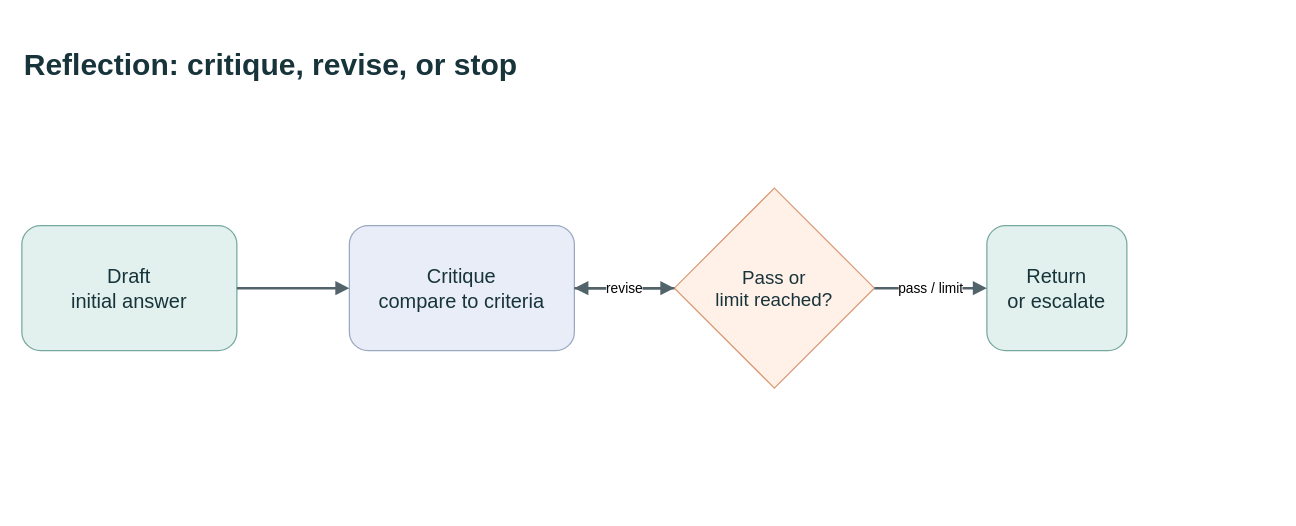
The draw.io diagram docs/images/reflection-visual-summary.drawio in evoiz/Agentic-Design-Patterns, before the edit. Source tidied: cells renumbered, new cells numbered last; positions are measured from the earlier drawing's top-left corner, leaving out a move shared by most shapes. Both pictures are drawn from the tidied source at 125%, with x=0, y=0 at pixel (21, 21).
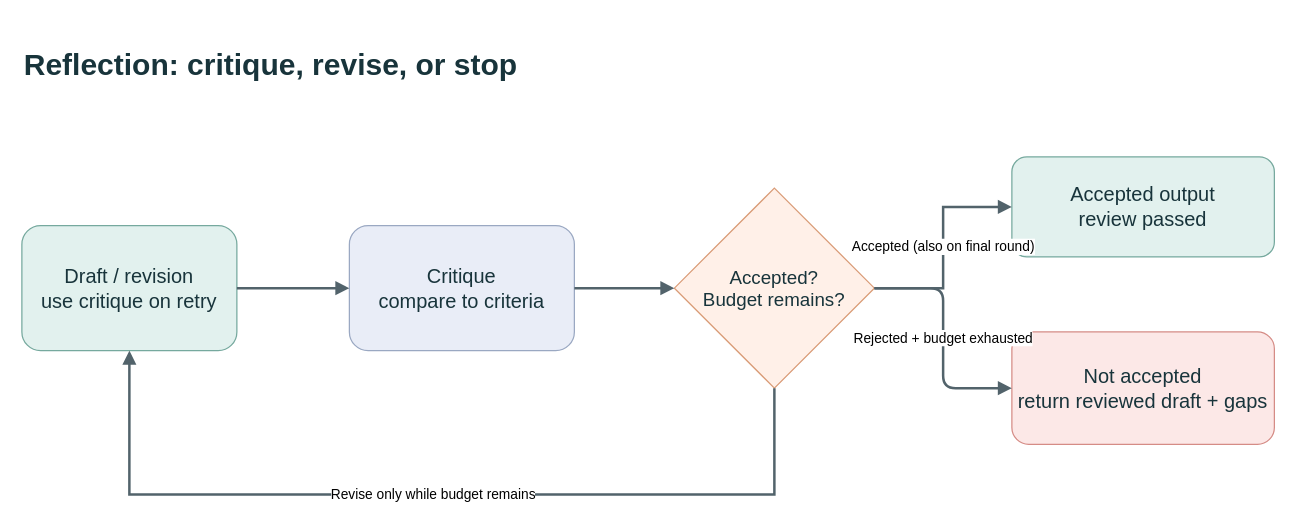
Above is the later version.

What changed in the source:
```diff
@@
 <mxGraphModel>
   <root>
     <mxCell id="0" />
     <mxCell id="1" parent="0" />
     <mxCell id="2" value="Reflection: critique, revise, or stop" style="text;html=1;align=left;verticalAlign=middle;whiteSpace=wrap;rounded=0;fontSize=24;fontStyle=1;fontColor=#18343B;" parent="1" vertex="1">
       <mxGeometry width="800" height="70" as="geometry" />
     </mxCell>
-    <mxCell id="3" value="Draft&#10;initial answer" style="rounded=1;whiteSpace=wrap;html=1;fillColor=#E2F1EE;strokeColor=#76A99E;fontColor=#18343B;fontSize=16;" parent="1" vertex="1">
+    <mxCell id="3" value="Draft / revision&#10;use critique on retry" style="rounded=1;whiteSpace=wrap;html=1;fillColor=#E2F1EE;strokeColor=#76A99E;fontColor=#18343B;fontSize=16;" parent="1" vertex="1">
       <mxGeometry y="163" width="172" height="100" as="geometry" />
     </mxCell>
     <mxCell id="4" value="Critique&#10;compare to criteria" style="rounded=1;whiteSpace=wrap;html=1;fillColor=#E9EDF7;strokeColor=#9AA8C2;fontColor=#18343B;fontSize=16;" parent="1" vertex="1">
       <mxGeometry x="262" y="163" width="180" height="100" as="geometry" />
     </mxCell>
-    <mxCell id="5" value="Pass or&#10;limit reached?" style="rhombus;whiteSpace=wrap;html=1;fillColor=#FFF0E8;strokeColor=#D99B76;fontColor=#18343B;fontSize=15;" parent="1" vertex="1">
+    <mxCell id="5" value="Accepted?&#10;Budget remains?" style="rhombus;whiteSpace=wrap;html=1;fillColor=#FFF0E8;strokeColor=#D99B76;fontColor=#18343B;fontSize=15;" parent="1" vertex="1">
       <mxGeometry x="522" y="133" width="160" height="160" as="geometry" />
     </mxCell>
-    <mxCell id="6" value="Return&#10;or escalate" style="rounded=1;whiteSpace=wrap;html=1;fillColor=#E2F1EE;strokeColor=#76A99E;fontColor=#18343B;fontSize=16;" parent="1" vertex="1">
-      <mxGeometry x="772" y="163" width="112" height="100" as="geometry" />
+    <mxCell id="6" value="Accepted output&#10;review passed" style="rounded=1;whiteSpace=wrap;html=1;fillColor=#E2F1EE;strokeColor=#76A99E;fontColor=#18343B;fontSize=16;" parent="1" vertex="1">
+      <mxGeometry x="792" y="108" width="210" height="80" as="geometry" />
     </mxCell>
+    <mxCell id="11" value="Not accepted&#10;return reviewed draft + gaps" style="rounded=1;whiteSpace=wrap;html=1;fillColor=#FCE8E7;strokeColor=#D58C86;fontColor=#18343B;fontSize=16;" parent="1" vertex="1">
+      <mxGeometry x="792" y="248" width="210" height="90" as="geometry" />
+    </mxCell>
     <mxCell id="7" style="edgeStyle=orthogonalEdgeStyle;rounded=0;html=1;endArrow=block;endFill=1;strokeColor=#52636B;strokeWidth=2;" parent="1" edge="1" source="3" target="4">
       <mxGeometry relative="1" as="geometry" />
     </mxCell>
     <mxCell id="8" style="edgeStyle=orthogonalEdgeStyle;rounded=0;html=1;endArrow=block;endFill=1;strokeColor=#52636B;strokeWidth=2;" parent="1" edge="1" source="4" target="5">
       <mxGeometry relative="1" as="geometry" />
     </mxCell>
-    <mxCell id="9" value="pass / limit" style="edgeStyle=orthogonalEdgeStyle;rounded=0;html=1;endArrow=block;endFill=1;strokeColor=#52636B;strokeWidth=2;" parent="1" edge="1" source="5" target="6">
+    <mxCell id="9" value="Accepted (also on final round)" style="edgeStyle=orthogonalEdgeStyle;rounded=0;html=1;endArrow=block;strokeColor=#52636B;strokeWidth=2;labelBackgroundColor=#FFFFFF;" parent="1" edge="1" source="5" target="6">
       <mxGeometry relative="1" as="geometry" />
     </mxCell>
-    <mxCell id="10" value="revise" style="edgeStyle=orthogonalEdgeStyle;rounded=0;html=1;endArrow=block;endFill=1;strokeColor=#52636B;strokeWidth=2;" parent="1" edge="1" source="5" target="4">
-      <mxGeometry relative="1" as="geometry" />
+    <mxCell id="10" value="Revise only while budget remains" style="edgeStyle=orthogonalEdgeStyle;rounded=0;html=1;endArrow=block;endFill=1;strokeColor=#52636B;strokeWidth=2;exitX=0.5;exitY=1;entryX=0.5;entryY=1;labelBackgroundColor=#FFFFFF;" parent="1" edge="1" source="5" target="3">
+      <mxGeometry relative="1" as="geometry">
+        <Array as="points">
+          <mxPoint x="602" y="378" />
+          <mxPoint x="86" y="378" />
+        </Array>
+      </mxGeometry>
     </mxCell>
+    <mxCell id="12" value="Rejected + budget exhausted" style="edgeStyle=orthogonalEdgeStyle;html=1;endArrow=block;strokeColor=#52636B;strokeWidth=2;labelBackgroundColor=#FFFFFF;" parent="1" edge="1" source="5" target="11">
+      <mxGeometry relative="1" as="geometry" />
+    </mxCell>
   </root>
 </mxGraphModel>
```
